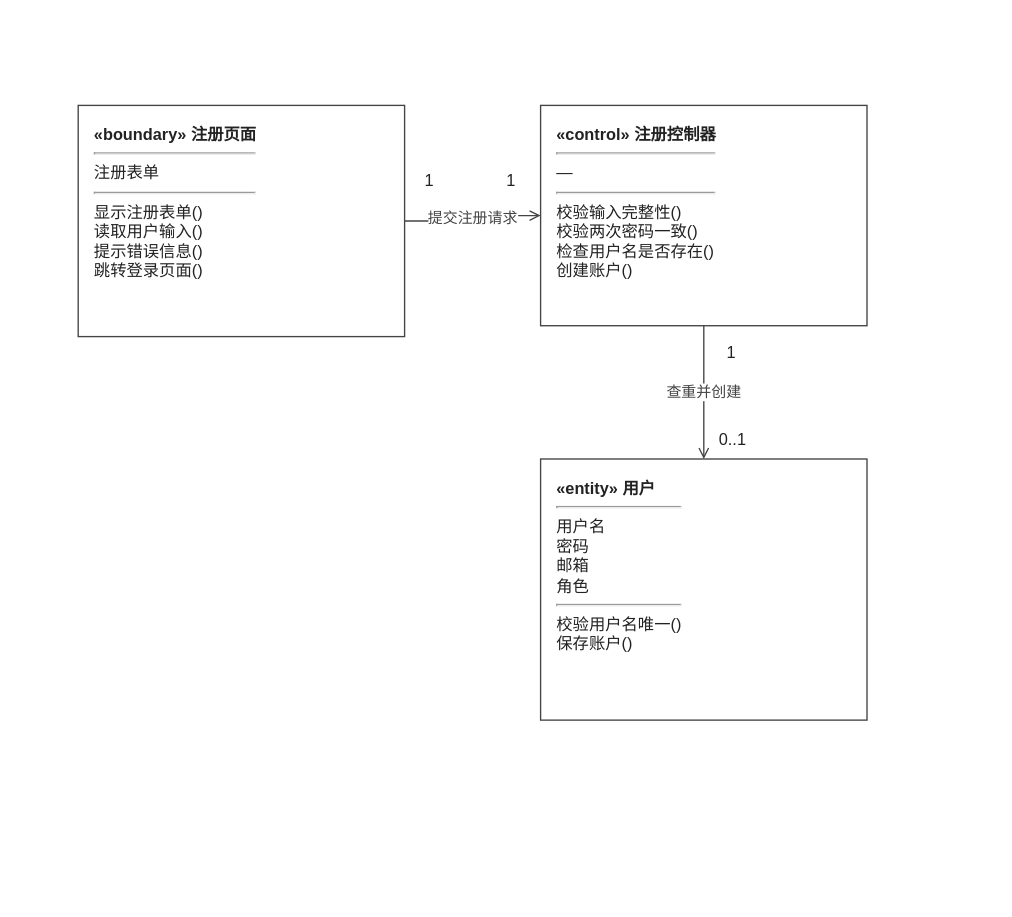
Earlier version of the draw.io diagram docs/交付/1-账户管理-钟标/images/用户注册_类模型图.drawio (chennuo1101/electronic-photo-album-system1). Source tidied: cells renumbered, new cells numbered last; positions are measured from the earlier drawing's top-left corner, leaving out a move shared by most shapes. Both pictures are drawn from the tidied source at 136%, with x=0, y=0 at pixel (23, 23).
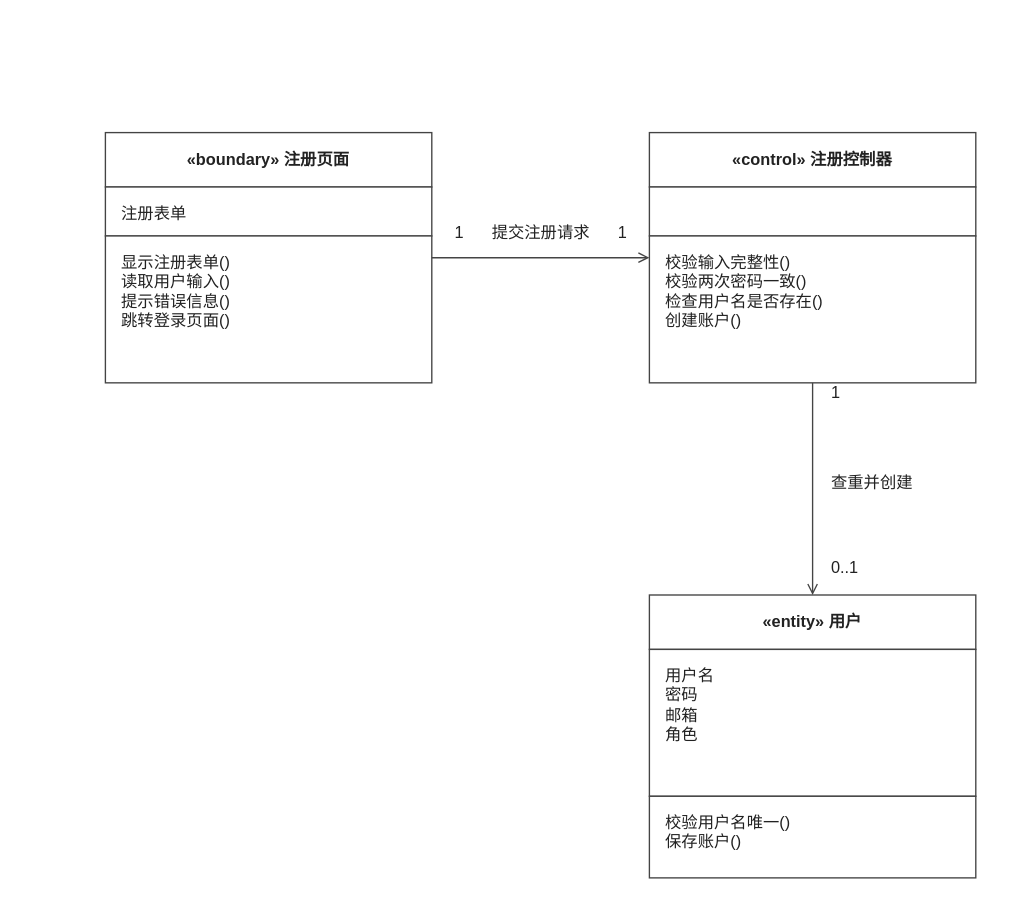
The same diagram, later.

Diff of the diagram source:
```diff
@@
     <mxCell id="2" style="rounded=0;whiteSpace=wrap;html=1;fillColor=#FFFFFF;strokeColor=none;" parent="1" vertex="1">
-      <mxGeometry width="700" height="560" as="geometry" />
+      <mxGeometry x="50" y="68" width="660" height="572" as="geometry" />
     </mxCell>
-    <mxCell id="3" value="&lt;b&gt;«boundary» 注册页面&lt;/b&gt;&lt;hr&gt;注册表单&lt;br&gt;&lt;hr&gt;显示注册表单()&lt;br&gt;读取用户输入()&lt;br&gt;提示错误信息()&lt;br&gt;跳转登录页面()&lt;br&gt;" style="rounded=0;whiteSpace=wrap;html=1;fillColor=#FFFFFF;strokeColor=#444444;verticalAlign=top;align=left;spacingLeft=10;spacingTop=8;fontFamily=Microsoft YaHei;fontSize=12;fontColor=#222222;" parent="1" vertex="1">
-      <mxGeometry x="40" y="60" width="240" height="170" as="geometry" />
-    </mxCell>
-    <mxCell id="4" value="&lt;b&gt;«control» 注册控制器&lt;/b&gt;&lt;hr&gt;—&lt;hr&gt;校验输入完整性()&lt;br&gt;校验两次密码一致()&lt;br&gt;检查用户名是否存在()&lt;br&gt;创建账户()&lt;br&gt;" style="rounded=0;whiteSpace=wrap;html=1;fillColor=#FFFFFF;strokeColor=#444444;verticalAlign=top;align=left;spacingLeft=10;spacingTop=8;fontFamily=Microsoft YaHei;fontSize=12;fontColor=#222222;" parent="1" vertex="1">
-      <mxGeometry x="380" y="60" width="240" height="162" as="geometry" />
-    </mxCell>
-    <mxCell id="5" value="&lt;b&gt;«entity» 用户&lt;/b&gt;&lt;hr&gt;用户名&lt;br&gt;密码&lt;br&gt;邮箱&lt;br&gt;角色&lt;br&gt;&lt;hr&gt;校验用户名唯一()&lt;br&gt;保存账户()&lt;br&gt;" style="rounded=0;whiteSpace=wrap;html=1;fillColor=#FFFFFF;strokeColor=#444444;verticalAlign=top;align=left;spacingLeft=10;spacingTop=8;fontFamily=Microsoft YaHei;fontSize=12;fontColor=#222222;" parent="1" vertex="1">
-      <mxGeometry x="380" y="320" width="240" height="192" as="geometry" />
-    </mxCell>
+    <mxCell id="12" value="«boundary» 注册页面" style="rounded=0;whiteSpace=wrap;html=1;fillColor=#FFFFFF;strokeColor=#444444;align=center;verticalAlign=middle;fontStyle=1;fontFamily=Microsoft YaHei;fontSize=12;fontColor=#222222;" parent="1" vertex="1">
+      <mxGeometry x="60" y="80" width="240" height="40" as="geometry" />
+    </mxCell>
+    <mxCell id="13" value="注册表单" style="rounded=0;whiteSpace=wrap;html=1;fillColor=#FFFFFF;strokeColor=#444444;verticalAlign=top;align=left;spacingLeft=10;spacingTop=6;fontFamily=Microsoft YaHei;fontSize=12;fontColor=#222222;" parent="1" vertex="1">
+      <mxGeometry x="60" y="120" width="240" height="36" as="geometry" />
+    </mxCell>
+    <mxCell id="14" value="显示注册表单()&#10;读取用户输入()&#10;提示错误信息()&#10;跳转登录页面()" style="rounded=0;whiteSpace=wrap;html=1;fillColor=#FFFFFF;strokeColor=#444444;verticalAlign=top;align=left;spacingLeft=10;spacingTop=6;fontFamily=Microsoft YaHei;fontSize=12;fontColor=#222222;" parent="1" vertex="1">
+      <mxGeometry x="60" y="156" width="240" height="108" as="geometry" />
+    </mxCell>
+    <mxCell id="15" value="«control» 注册控制器" style="rounded=0;whiteSpace=wrap;html=1;fillColor=#FFFFFF;strokeColor=#444444;align=center;verticalAlign=middle;fontStyle=1;fontFamily=Microsoft YaHei;fontSize=12;fontColor=#222222;" parent="1" vertex="1">
+      <mxGeometry x="460" y="80" width="240" height="40" as="geometry" />
+    </mxCell>
+    <mxCell id="16" style="rounded=0;whiteSpace=wrap;html=1;fillColor=#FFFFFF;strokeColor=#444444;verticalAlign=top;align=left;spacingLeft=10;spacingTop=6;fontFamily=Microsoft YaHei;fontSize=12;fontColor=#222222;" parent="1" vertex="1">
+      <mxGeometry x="460" y="120" width="240" height="36" as="geometry" />
+    </mxCell>
+    <mxCell id="17" value="校验输入完整性()&#10;校验两次密码一致()&#10;检查用户名是否存在()&#10;创建账户()" style="rounded=0;whiteSpace=wrap;html=1;fillColor=#FFFFFF;strokeColor=#444444;verticalAlign=top;align=left;spacingLeft=10;spacingTop=6;fontFamily=Microsoft YaHei;fontSize=12;fontColor=#222222;" parent="1" vertex="1">
+      <mxGeometry x="460" y="156" width="240" height="108" as="geometry" />
+    </mxCell>
+    <mxCell id="18" value="«entity» 用户" style="rounded=0;whiteSpace=wrap;html=1;fillColor=#FFFFFF;strokeColor=#444444;align=center;verticalAlign=middle;fontStyle=1;fontFamily=Microsoft YaHei;fontSize=12;fontColor=#222222;" parent="1" vertex="1">
+      <mxGeometry x="460" y="420" width="240" height="40" as="geometry" />
+    </mxCell>
+    <mxCell id="19" value="用户名&#10;密码&#10;邮箱&#10;角色" style="rounded=0;whiteSpace=wrap;html=1;fillColor=#FFFFFF;strokeColor=#444444;verticalAlign=top;align=left;spacingLeft=10;spacingTop=6;fontFamily=Microsoft YaHei;fontSize=12;fontColor=#222222;" parent="1" vertex="1">
+      <mxGeometry x="460" y="460" width="240" height="108" as="geometry" />
+    </mxCell>
+    <mxCell id="20" value="校验用户名唯一()&#10;保存账户()" style="rounded=0;whiteSpace=wrap;html=1;fillColor=#FFFFFF;strokeColor=#444444;verticalAlign=top;align=left;spacingLeft=10;spacingTop=6;fontFamily=Microsoft YaHei;fontSize=12;fontColor=#222222;" parent="1" vertex="1">
+      <mxGeometry x="460" y="568" width="240" height="60" as="geometry" />
+    </mxCell>
-    <mxCell id="6" value="提交注册请求" style="edgeStyle=orthogonalEdgeStyle;rounded=0;html=1;strokeColor=#444444;strokeWidth=1;fontFamily=Microsoft YaHei;fontSize=11;fontColor=#444444;labelBackgroundColor=#FFFFFF;startArrow=none;endArrow=open;exitX=1;exitY=0.5;entryX=0;entryY=0.5;" parent="1" edge="1" source="3" target="4">
-      <mxGeometry relative="1" as="geometry" />
+    <mxCell id="6" style="html=1;rounded=0;strokeColor=#444444;strokeWidth=1;startArrow=none;endArrow=open;endFill=0;" parent="1" edge="1">
+      <mxGeometry relative="1" as="geometry">
+        <mxPoint x="300" y="172" as="sourcePoint" />
+        <mxPoint x="460" y="172" as="targetPoint" />
+      </mxGeometry>
     </mxCell>
+    <mxCell id="21" value="1" style="text;html=1;align=center;verticalAlign=middle;fillColor=none;strokeColor=none;fontFamily=Microsoft YaHei;fontSize=12;fontColor=#222222;" parent="1" vertex="1">
+      <mxGeometry x="308" y="144" width="24" height="20" as="geometry" />
+    </mxCell>
+    <mxCell id="22" value="1" style="text;html=1;align=center;verticalAlign=middle;fillColor=none;strokeColor=none;fontFamily=Microsoft YaHei;fontSize=12;fontColor=#222222;" parent="1" vertex="1">
+      <mxGeometry x="428" y="144" width="24" height="20" as="geometry" />
+    </mxCell>
+    <mxCell id="23" value="提交注册请求" style="text;html=1;align=center;verticalAlign=middle;fillColor=none;strokeColor=none;fontFamily=Microsoft YaHei;fontSize=12;fontColor=#222222;" parent="1" vertex="1">
+      <mxGeometry x="335" y="144" width="90" height="20" as="geometry" />
+    </mxCell>
-    <mxCell id="7" value="查重并创建" style="edgeStyle=orthogonalEdgeStyle;rounded=0;html=1;strokeColor=#444444;strokeWidth=1;fontFamily=Microsoft YaHei;fontSize=11;fontColor=#444444;labelBackgroundColor=#FFFFFF;startArrow=none;endArrow=open;exitX=0.5;exitY=1;entryX=0.5;entryY=0;" parent="1" edge="1" source="4" target="5">
-      <mxGeometry relative="1" as="geometry" />
+    <mxCell id="7" style="html=1;rounded=0;strokeColor=#444444;strokeWidth=1;startArrow=none;endArrow=open;endFill=0;" parent="1" edge="1">
+      <mxGeometry relative="1" as="geometry">
+        <mxPoint x="580" y="264" as="sourcePoint" />
+        <mxPoint x="580" y="420" as="targetPoint" />
+      </mxGeometry>
     </mxCell>
-    <mxCell id="8" value="1" style="text;html=1;align=center;verticalAlign=middle;fillColor=none;strokeColor=none;fontFamily=Microsoft YaHei;fontSize=12;fontColor=#222222;" parent="1" vertex="1">
-      <mxGeometry x="288" y="106" width="20" height="20" as="geometry" />
-    </mxCell>
-    <mxCell id="9" value="1" style="text;html=1;align=center;verticalAlign=middle;fillColor=none;strokeColor=none;fontFamily=Microsoft YaHei;fontSize=12;fontColor=#222222;" parent="1" vertex="1">
-      <mxGeometry x="348" y="106" width="20" height="20" as="geometry" />
-    </mxCell>
-    <mxCell id="10" value="1" style="text;html=1;align=center;verticalAlign=middle;fillColor=none;strokeColor=none;fontFamily=Microsoft YaHei;fontSize=12;fontColor=#222222;" parent="1" vertex="1">
-      <mxGeometry x="510" y="232" width="20" height="20" as="geometry" />
-    </mxCell>
+    <mxCell id="24" value="1" style="text;html=1;align=left;verticalAlign=middle;fillColor=none;strokeColor=none;fontFamily=Microsoft YaHei;fontSize=12;fontColor=#222222;" parent="1" vertex="1">
+      <mxGeometry x="592" y="262" width="24" height="20" as="geometry" />
+    </mxCell>
+    <mxCell id="25" value="查重并创建" style="text;html=1;align=left;verticalAlign=middle;fillColor=none;strokeColor=none;fontFamily=Microsoft YaHei;fontSize=12;fontColor=#222222;" parent="1" vertex="1">
+      <mxGeometry x="592" y="328" width="90" height="20" as="geometry" />
+    </mxCell>
-    <mxCell id="11" value="0..1" style="text;html=1;align=center;verticalAlign=middle;fillColor=none;strokeColor=none;fontFamily=Microsoft YaHei;fontSize=12;fontColor=#222222;" parent="1" vertex="1">
-      <mxGeometry x="506" y="296" width="30" height="20" as="geometry" />
+    <mxCell id="11" value="0..1" style="text;html=1;align=left;verticalAlign=middle;fillColor=none;strokeColor=none;fontFamily=Microsoft YaHei;fontSize=12;fontColor=#222222;" parent="1" vertex="1">
+      <mxGeometry x="592" y="390" width="40" height="20" as="geometry" />
     </mxCell>
```
